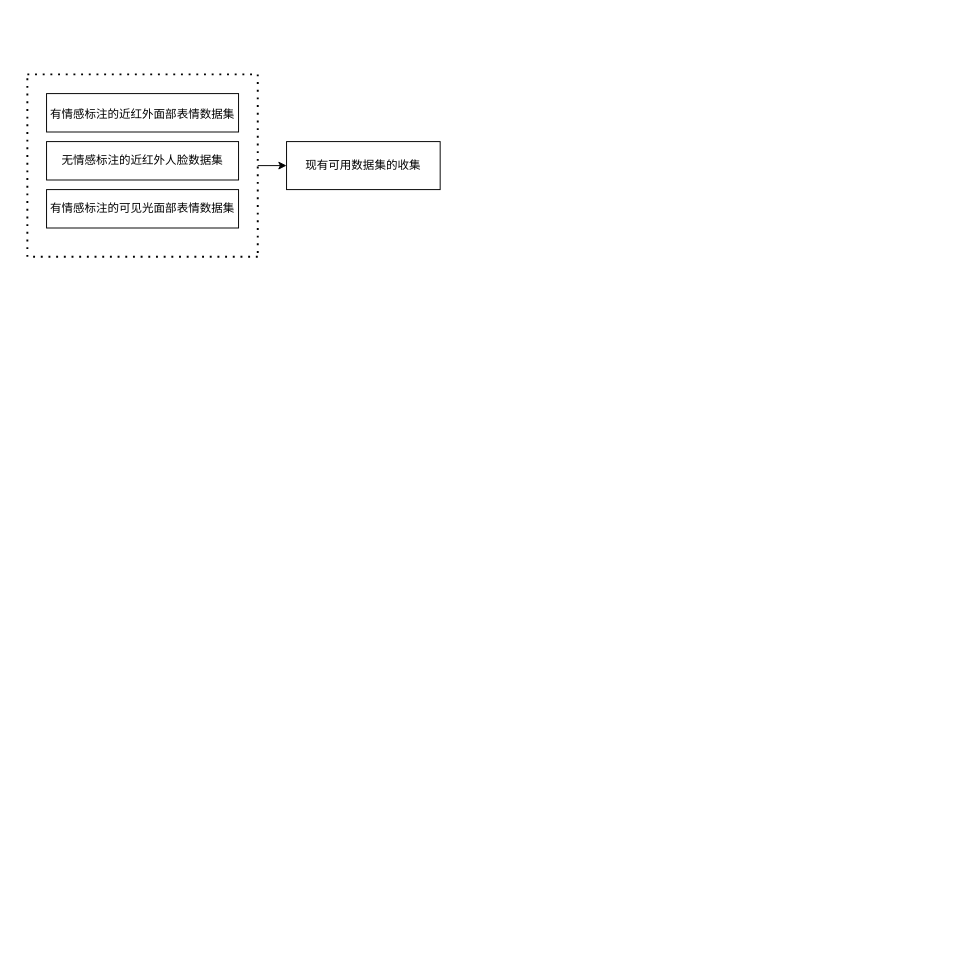
Silvia-man/test- keeps this draw.io diagram as 未命名绘图.drawio. Above is the earlier version. Source tidied: cells renumbered, new cells numbered last; positions are measured from the earlier drawing's top-left corner, leaving out a move shared by most shapes. Both pictures are drawn from the tidied source at 96%, with x=0, y=0 at pixel (27, 74).
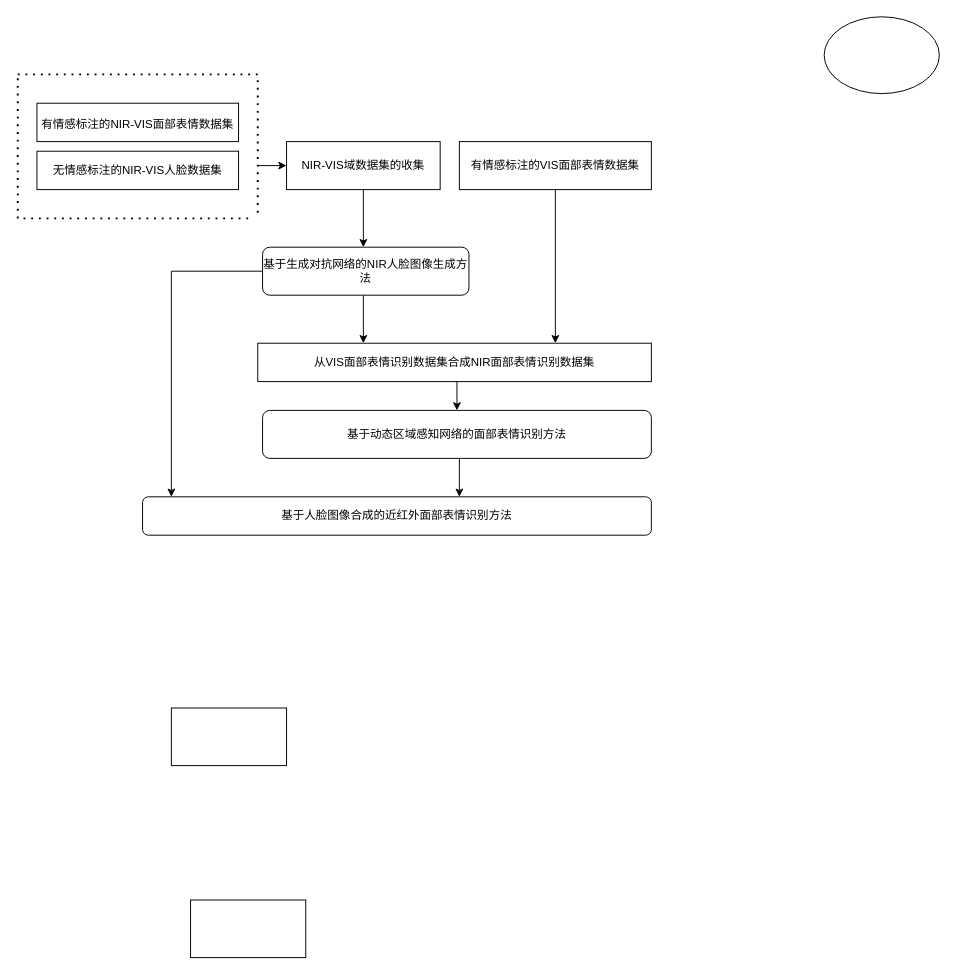
Above is the later version.

Commit message (it also covers changes not shown here):
更新未命名绘图.drawio

Diff of the diagram source:
```diff
@@
-    <mxCell id="2" value="现有可用数据集的收集" style="rounded=0;whiteSpace=wrap;html=1;" parent="1" vertex="1">
+    <mxCell id="2" value="NIR-VIS域数据集的收集" style="rounded=0;whiteSpace=wrap;html=1;" parent="1" vertex="1">
       <mxGeometry x="270" y="70" width="160" height="50" as="geometry" />
     </mxCell>
-    <mxCell id="3" value="有情感标注的近红外面部表情数据集&lt;span style=&quot;font-size:12.0pt;mso-bidi-font-size:14.0pt;&lt;br/&gt;font-family:宋体&quot;&gt;&lt;/span&gt;" style="rounded=0;whiteSpace=wrap;html=1;" parent="1" vertex="1">
-      <mxGeometry x="20" y="20" width="200" height="40" as="geometry" />
+    <mxCell id="3" value="有情感标注的NIR-VIS面部表情数据集&lt;span style=&quot;font-size:12.0pt;mso-bidi-font-size:14.0pt;&lt;br/&gt;font-family:宋体&quot;&gt;&lt;/span&gt;" style="rounded=0;whiteSpace=wrap;html=1;" parent="1" vertex="1">
+      <mxGeometry x="10" y="30" width="210" height="40" as="geometry" />
     </mxCell>
-    <mxCell id="4" value="无情感标注的近红外人脸数据集" style="rounded=0;whiteSpace=wrap;html=1;" parent="1" vertex="1">
-      <mxGeometry x="20" y="70" width="200" height="40" as="geometry" />
+    <mxCell id="4" value="无情感标注的NIR-VIS人脸数据集" style="rounded=0;whiteSpace=wrap;html=1;" parent="1" vertex="1">
+      <mxGeometry x="10" y="80" width="210" height="40" as="geometry" />
     </mxCell>
-    <mxCell id="5" value="有情感标注的可见光面部表情数据集" style="rounded=0;whiteSpace=wrap;html=1;" parent="1" vertex="1">
-      <mxGeometry x="20" y="120" width="200" height="40" as="geometry" />
+    <mxCell id="5" value="有情感标注的VIS面部表情数据集" style="rounded=0;whiteSpace=wrap;html=1;" parent="1" vertex="1">
+      <mxGeometry x="450" y="70" width="200" height="50" as="geometry" />
     </mxCell>
     <mxCell id="6" style="endArrow=none;dashed=1;html=1;dashPattern=1 3;strokeWidth=2;rounded=0;" parent="1" edge="1">
       <mxGeometry relative="1" as="geometry">
-        <mxPoint as="sourcePoint" />
-        <mxPoint x="240" y="190" as="targetPoint" />
+        <mxPoint x="-10" as="sourcePoint" />
+        <mxPoint x="240" y="150" as="targetPoint" />
         <Array as="points">
           <mxPoint x="240" />
         </Array>
       </mxGeometry>
     </mxCell>
     <mxCell id="7" style="endArrow=none;dashed=1;html=1;dashPattern=1 3;strokeWidth=2;rounded=0;" parent="1" edge="1">
       <mxGeometry relative="1" as="geometry">
-        <mxPoint x="240" y="190" as="sourcePoint" />
-        <mxPoint as="targetPoint" />
+        <mxPoint x="230" y="150" as="sourcePoint" />
+        <mxPoint x="-10" as="targetPoint" />
         <Array as="points">
-          <mxPoint y="190" />
+          <mxPoint x="-10" y="150" />
+          <mxPoint x="-10" y="70" />
         </Array>
       </mxGeometry>
     </mxCell>
@@
+    <mxCell id="9" style="endArrow=classic;html=1;rounded=0;entryX=0.5;entryY=0;entryDx=0;entryDy=0;" parent="1" edge="1">
+      <mxGeometry relative="1" as="geometry">
+        <mxPoint x="350" y="120" as="sourcePoint" />
+        <mxPoint x="350" y="180" as="targetPoint" />
+      </mxGeometry>
+    </mxCell>
+    <mxCell id="10" style="endArrow=classic;html=1;rounded=0;" parent="1" edge="1">
+      <mxGeometry relative="1" as="geometry">
+        <mxPoint x="550" y="120" as="sourcePoint" />
+        <mxPoint x="550" y="280" as="targetPoint" />
+      </mxGeometry>
+    </mxCell>
+    <mxCell id="11" style="endArrow=classic;html=1;rounded=0;exitX=0.5;exitY=1;exitDx=0;exitDy=0;" parent="1" edge="1">
+      <mxGeometry relative="1" as="geometry">
+        <mxPoint x="350" y="230" as="sourcePoint" />
+        <mxPoint x="350" y="280" as="targetPoint" />
+      </mxGeometry>
+    </mxCell>
+    <mxCell id="12" style="edgeStyle=orthogonalEdgeStyle;rounded=0;jettySize=auto;html=1;exitX=0.5;exitY=1;exitDx=0;exitDy=0;entryX=0.5;entryY=0;entryDx=0;entryDy=0;" parent="1" edge="1" source="13" target="15">
+      <mxGeometry relative="1" as="geometry" />
+    </mxCell>
+    <mxCell id="13" value="从VIS面部表情识别数据集合成NIR面部表情识别数据集" style="rounded=0;whiteSpace=wrap;html=1;" parent="1" vertex="1">
+      <mxGeometry x="240" y="280" width="410" height="40" as="geometry" />
+    </mxCell>
+    <mxCell id="14" value="基于生成对抗网络的NIR人脸图像生成方法" style="rounded=1;whiteSpace=wrap;html=1;" parent="1" vertex="1">
+      <mxGeometry x="245" y="180" width="215" height="50" as="geometry" />
+    </mxCell>
+    <mxCell id="15" value="基于动态区域感知网络的面部表情识别方法" style="rounded=1;whiteSpace=wrap;html=1;" parent="1" vertex="1">
+      <mxGeometry x="245" y="350" width="405" height="50" as="geometry" />
+    </mxCell>
+    <mxCell id="16" style="endArrow=classic;html=1;rounded=0;exitX=0;exitY=0.5;exitDx=0;exitDy=0;" parent="1" edge="1" source="14">
+      <mxGeometry relative="1" as="geometry">
+        <mxPoint x="150" y="440" as="targetPoint" />
+        <Array as="points">
+          <mxPoint x="150" y="205" />
+          <mxPoint x="150" y="330" />
+        </Array>
+      </mxGeometry>
+    </mxCell>
+    <mxCell id="17" value="基于人脸图像合成的近红外面部表情识别方法" style="rounded=1;whiteSpace=wrap;html=1;" parent="1" vertex="1">
+      <mxGeometry x="120" y="440" width="530" height="40" as="geometry" />
+    </mxCell>
+    <mxCell id="18" style="endArrow=classic;html=1;rounded=0;exitX=0.5;exitY=1;exitDx=0;exitDy=0;" parent="1" edge="1">
+      <mxGeometry relative="1" as="geometry">
+        <mxPoint x="450" y="400" as="sourcePoint" />
+        <mxPoint x="450" y="440" as="targetPoint" />
+      </mxGeometry>
+    </mxCell>
+    <mxCell id="19" style="ellipse;whiteSpace=wrap;html=1;" parent="1" vertex="1">
+      <mxGeometry x="830" y="-60" width="120" height="80" as="geometry" />
+    </mxCell>
+    <mxCell id="20" style="rounded=0;whiteSpace=wrap;html=1;" parent="1" vertex="1">
+      <mxGeometry x="150" y="660" width="120" height="60" as="geometry" />
+    </mxCell>
+    <mxCell id="21" style="rounded=0;whiteSpace=wrap;html=1;" parent="1" vertex="1">
+      <mxGeometry x="170" y="860" width="120" height="60" as="geometry" />
+    </mxCell>
```
